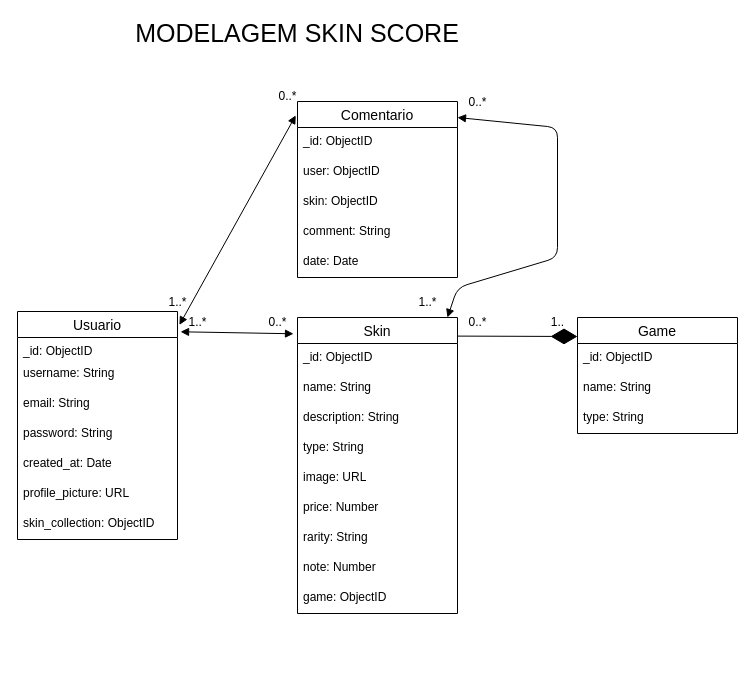
The draw.io diagram backend/docs/Modelagem collections.drawio in FatecFranca/DSM-G02-PI3-2024-1, before the edit. Source tidied: cells renumbered, new cells numbered last; positions are measured from the earlier drawing's top-left corner, leaving out a move shared by most shapes. Both pictures are drawn from the tidied source at 100%, with x=0, y=0 at pixel (17, 17).
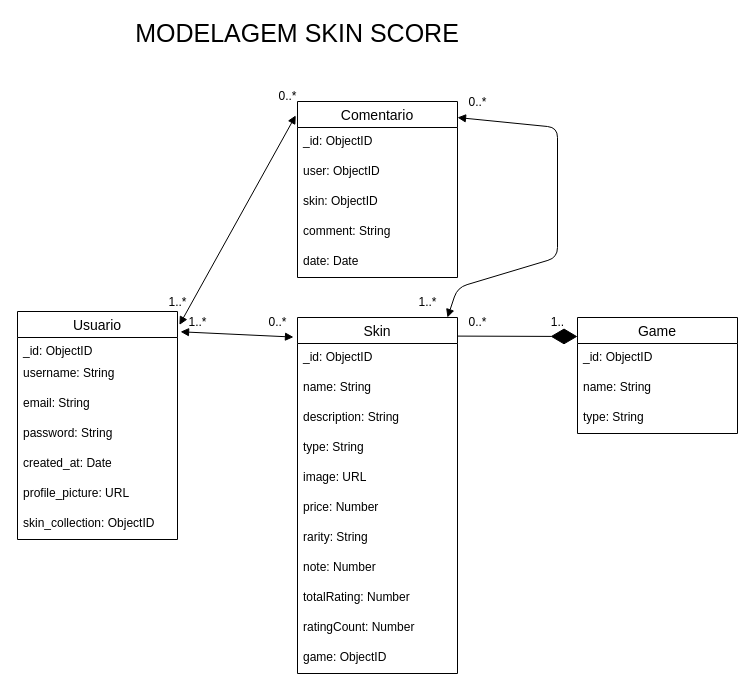
The same diagram, later.

The edit, as a diff of the source:
```diff
@@
     <mxCell id="11" value="Skin" style="swimlane;fontStyle=0;horizontal=1;startSize=26;align=center;fontSize=14;" parent="1" vertex="1">
-      <mxGeometry x="280" y="300" width="160" height="296" as="geometry" />
+      <mxGeometry x="280" y="300" width="160" height="356" as="geometry" />
     </mxCell>
@@
+    <mxCell id="43" value="totalRating: Number" style="text;strokeColor=none;fillColor=none;spacingLeft=4;spacingRight=4;overflow=hidden;fontSize=12;" parent="11" vertex="1">
+      <mxGeometry y="266" width="160" height="30" as="geometry" />
+    </mxCell>
+    <mxCell id="44" value="ratingCount: Number" style="text;strokeColor=none;fillColor=none;spacingLeft=4;spacingRight=4;overflow=hidden;fontSize=12;" parent="11" vertex="1">
+      <mxGeometry y="296" width="160" height="30" as="geometry" />
+    </mxCell>
     <mxCell id="20" value="game: ObjectID" style="text;strokeColor=none;fillColor=none;spacingLeft=4;spacingRight=4;overflow=hidden;fontSize=12;" parent="11" vertex="1">
-      <mxGeometry y="266" width="160" height="30" as="geometry" />
+      <mxGeometry y="326" width="160" height="30" as="geometry" />
     </mxCell>
```
